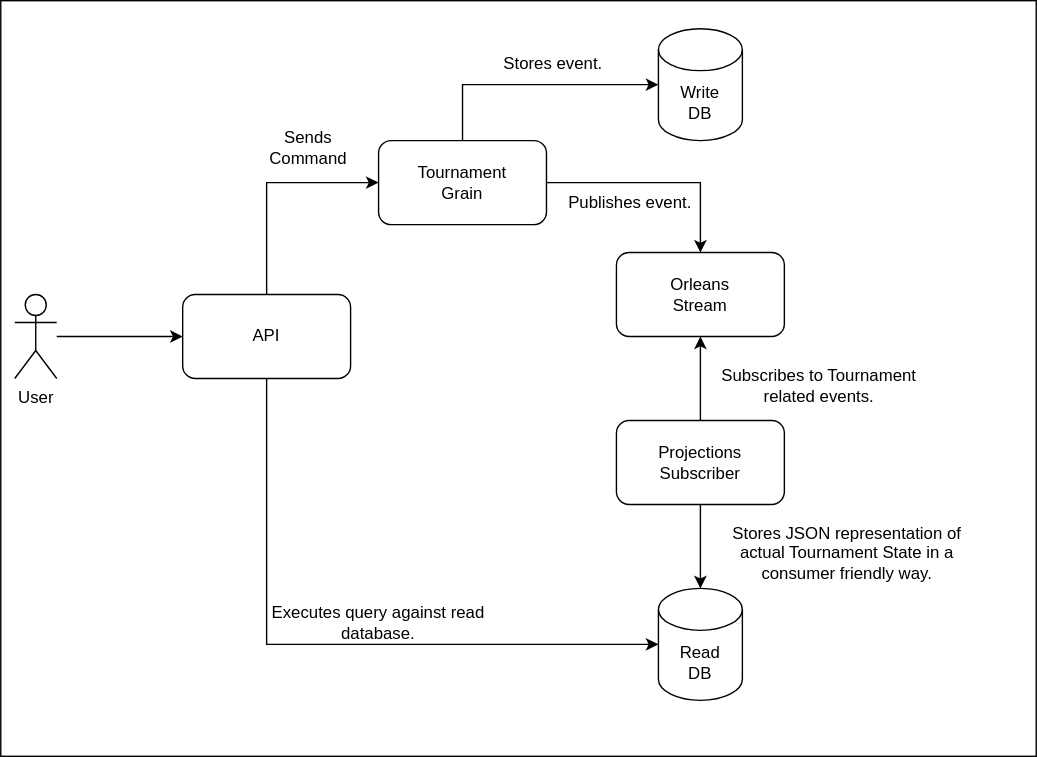
Before: img/projections.svg, a diagram exported from draw.io (pmorelli92/Orleans.Tournament). Source tidied: cells renumbered, new cells last; positions are measured from the earlier drawing's top-left corner, leaving out a move shared by most shapes.
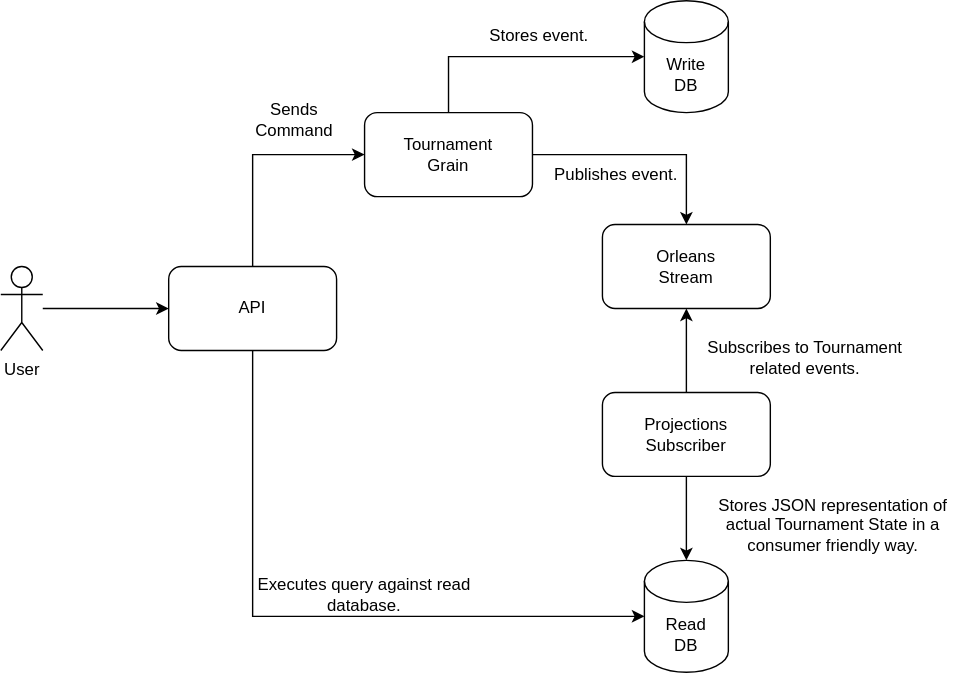
After the commit.

What changed in the source:
```diff
@@ -2,9 +2,6 @@
   <root>
     <mxCell id="0" />
     <mxCell id="1" parent="0" />
-    <mxCell id="2" style="rounded=0;whiteSpace=wrap;html=1;" parent="1" vertex="1">
-      <mxGeometry width="740" height="540" as="geometry" />
-    </mxCell>
     <mxCell id="3" style="edgeStyle=orthogonalEdgeStyle;rounded=0;jettySize=auto;html=1;exitX=1;exitY=0.5;exitDx=0;exitDy=0;" parent="1" edge="1" source="5" target="6">
       <mxGeometry relative="1" as="geometry" />
     </mxCell>
```
